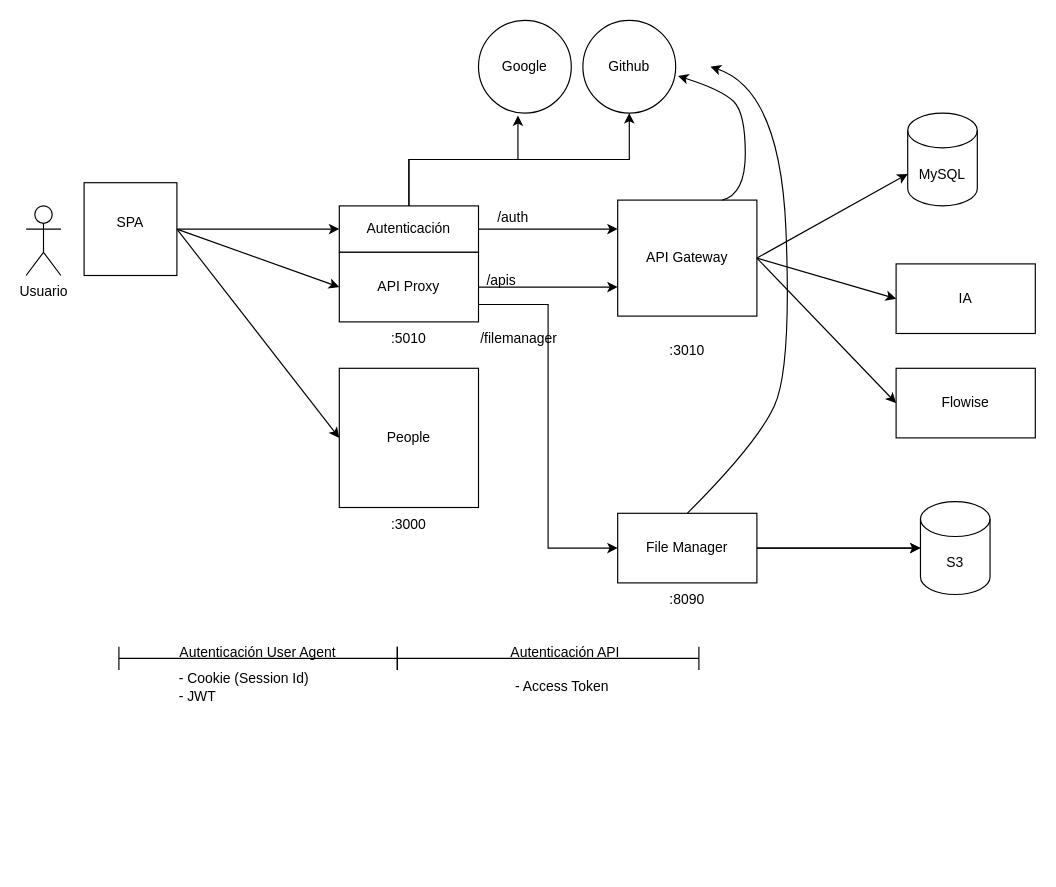
Above: page "Bloques v3" (5 of 10) of Diagrama sin título.drawio in ocpdata/new-repo (draw.io), before the change. Source tidied: cells renumbered, new cells numbered last; positions are measured from the earlier drawing's top-left corner, leaving out a move shared by most shapes. Both pictures are drawn from the tidied source at 116%, with x=0, y=0 at pixel (26, 20).
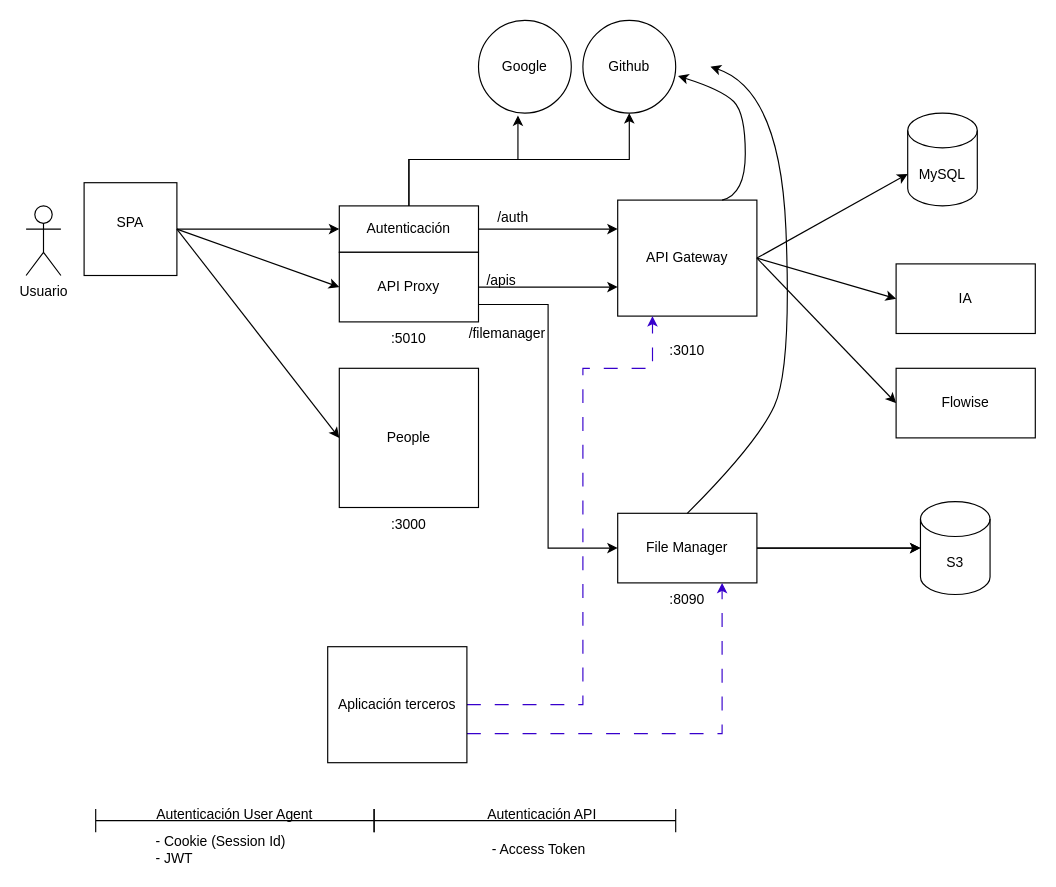
The same diagram, later.

The change refers to these unchanged cells:
```xml
<mxCell id="8" value="API Gateway" style="rounded=0;whiteSpace=wrap;html=1;" parent="1" vertex="1">
  <mxGeometry x="510" y="155" width="120" height="100" as="geometry" />
</mxCell>
<mxCell id="12" value="File Manager" style="rounded=0;whiteSpace=wrap;html=1;" parent="1" vertex="1">
  <mxGeometry x="510" y="425" width="120" height="60" as="geometry" />
</mxCell>
```

What changed in the source:
```diff
@@
     <mxCell id="32" value="&lt;div&gt;/filemanager&lt;/div&gt;" style="text;strokeColor=none;align=left;fillColor=none;html=1;verticalAlign=middle;whiteSpace=wrap;rounded=0;" parent="1" vertex="1">
-      <mxGeometry x="390" y="255" width="60" height="40" as="geometry" />
+      <mxGeometry x="380" y="250" width="60" height="40" as="geometry" />
     </mxCell>
@@
     <mxCell id="36" style="shape=crossbar;whiteSpace=wrap;html=1;rounded=1;" parent="1" vertex="1">
-      <mxGeometry x="80" y="540" width="240" height="20" as="geometry" />
+      <mxGeometry x="60" y="680" width="240" height="20" as="geometry" />
     </mxCell>
     <mxCell id="37" style="shape=crossbar;whiteSpace=wrap;html=1;rounded=1;" parent="1" vertex="1">
-      <mxGeometry x="320" y="540" width="260" height="20" as="geometry" />
+      <mxGeometry x="300" y="680" width="260" height="20" as="geometry" />
     </mxCell>
     <mxCell id="38" value="Autenticación User Agent" style="text;html=1;whiteSpace=wrap;strokeColor=none;fillColor=none;align=center;verticalAlign=middle;rounded=0;" parent="1" vertex="1">
-      <mxGeometry x="125" y="530" width="150" height="30" as="geometry" />
+      <mxGeometry x="105" y="670" width="150" height="30" as="geometry" />
     </mxCell>
     <mxCell id="39" value="Autenticación API" style="text;html=1;whiteSpace=wrap;strokeColor=none;fillColor=none;align=center;verticalAlign=middle;rounded=0;" parent="1" vertex="1">
-      <mxGeometry x="390" y="530" width="150" height="30" as="geometry" />
+      <mxGeometry x="370" y="670" width="150" height="30" as="geometry" />
     </mxCell>
     <mxCell id="40" value="- Cookie (Session Id)&lt;div&gt;- JWT&lt;/div&gt;" style="text;html=1;whiteSpace=wrap;strokeColor=none;fillColor=none;align=left;verticalAlign=middle;rounded=0;" parent="1" vertex="1">
-      <mxGeometry x="130" y="560" width="130" height="30" as="geometry" />
+      <mxGeometry x="110" y="700" width="130" height="30" as="geometry" />
     </mxCell>
     <mxCell id="41" value="- Access Token" style="text;html=1;whiteSpace=wrap;strokeColor=none;fillColor=none;align=left;verticalAlign=middle;rounded=0;" parent="1" vertex="1">
-      <mxGeometry x="420" y="560" width="130" height="30" as="geometry" />
+      <mxGeometry x="400" y="700" width="130" height="30" as="geometry" />
     </mxCell>
@@
+    <mxCell id="47" style="edgeStyle=orthogonalEdgeStyle;rounded=0;jettySize=auto;html=1;exitX=1;exitY=0.5;exitDx=0;exitDy=0;entryX=0.25;entryY=1;entryDx=0;entryDy=0;dashed=1;dashPattern=12 12;fillColor=#6a00ff;strokeColor=#3700CC;" parent="1" edge="1" source="49" target="8">
+      <mxGeometry relative="1" as="geometry">
+        <Array as="points">
+          <mxPoint x="480" y="590" />
+          <mxPoint x="480" y="300" />
+          <mxPoint x="540" y="300" />
+        </Array>
+      </mxGeometry>
+    </mxCell>
+    <mxCell id="48" style="edgeStyle=orthogonalEdgeStyle;rounded=0;jettySize=auto;html=1;exitX=1;exitY=0.75;exitDx=0;exitDy=0;entryX=0.75;entryY=1;entryDx=0;entryDy=0;dashed=1;dashPattern=12 12;fillColor=#6a00ff;strokeColor=#3700CC;" parent="1" edge="1" source="49" target="12">
+      <mxGeometry relative="1" as="geometry" />
+    </mxCell>
+    <mxCell id="49" value="Aplicación terceros" style="rounded=0;whiteSpace=wrap;html=1;" parent="1" vertex="1">
+      <mxGeometry x="260" y="540" width="120" height="100" as="geometry" />
+    </mxCell>
```
